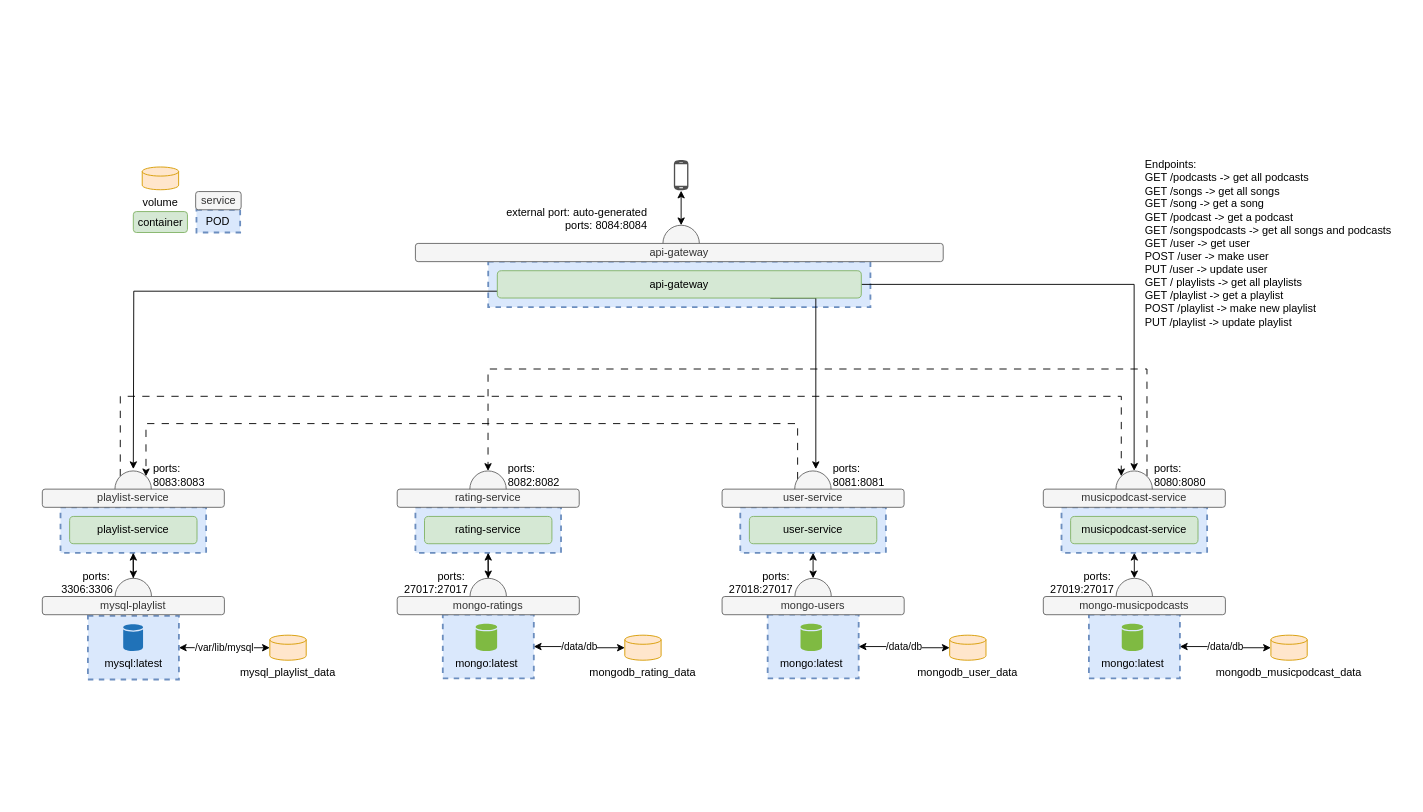
EvaBurghoorn/ProjectEDE_muziekservice keeps this draw.io diagram as muziekservice.drawio. Above is the earlier version. Source tidied: cells renumbered, new cells numbered last; positions are measured from the earlier drawing's top-left corner, leaving out a move shared by most shapes. Both pictures are drawn from the tidied source at 91%, with x=0, y=0 at pixel (15, 138).
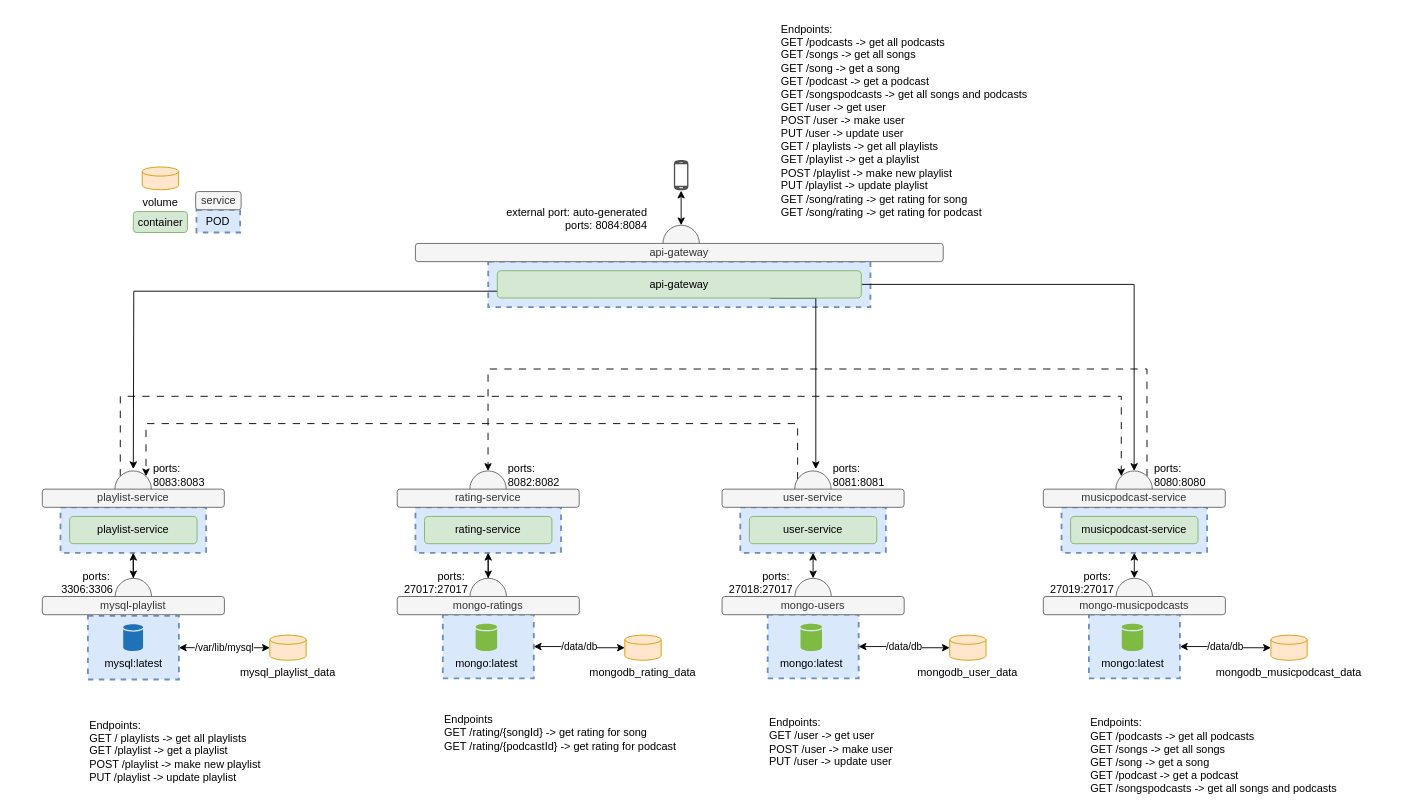
After the change.

Diff of the diagram source:
```diff
@@
-    <mxCell id="73" value="Endpoints:&lt;br&gt;GET /podcasts -&amp;gt; get all podcasts&lt;br&gt;GET /songs -&amp;gt; get all songs&lt;br&gt;GET /song -&amp;gt; get a song&lt;br&gt;GET /podcast -&amp;gt; get a podcast&lt;br&gt;GET /songspodcasts -&amp;gt; get all songs and podcasts&lt;br&gt;GET /user -&amp;gt; get user&lt;br&gt;POST /user -&amp;gt; make user&lt;br&gt;PUT /user -&amp;gt; update user&lt;br&gt;GET / playlists -&amp;gt; get all playlists&lt;br&gt;GET /playlist -&amp;gt; get a playlist&lt;br&gt;POST /playlist -&amp;gt; make new playlist&lt;br&gt;PUT /playlist -&amp;gt; update playlist&lt;br&gt;" style="text;html=1;strokeColor=none;fillColor=none;align=left;verticalAlign=middle;whiteSpace=wrap;rounded=0;" parent="1" vertex="1">
-      <mxGeometry x="1238.9" width="290" height="230" as="geometry" />
+    <mxCell id="73" value="Endpoints:&lt;br&gt;GET /podcasts -&amp;gt; get all podcasts&lt;br&gt;GET /songs -&amp;gt; get all songs&lt;br&gt;GET /song -&amp;gt; get a song&lt;br&gt;GET /podcast -&amp;gt; get a podcast&lt;br&gt;GET /songspodcasts -&amp;gt; get all songs and podcasts&lt;br&gt;GET /user -&amp;gt; get user&lt;br&gt;POST /user -&amp;gt; make user&lt;br&gt;PUT /user -&amp;gt; update user&lt;br&gt;GET / playlists -&amp;gt; get all playlists&lt;br&gt;GET /playlist -&amp;gt; get a playlist&lt;br&gt;POST /playlist -&amp;gt; make new playlist&lt;br&gt;PUT /playlist -&amp;gt; update playlist&lt;br&gt;GET /song/rating -&amp;gt; get rating for song&lt;br&gt;GET /song/rating -&amp;gt; get rating for podcast" style="text;html=1;strokeColor=none;fillColor=none;align=left;verticalAlign=middle;whiteSpace=wrap;rounded=0;" parent="1" vertex="1">
+      <mxGeometry x="839" y="-135" width="290" height="230" as="geometry" />
     </mxCell>
+    <mxCell id="74" value="Endpoints:&lt;br&gt;GET /podcasts -&amp;gt; get all podcasts&lt;br&gt;GET /songs -&amp;gt; get all songs&lt;br&gt;GET /song -&amp;gt; get a song&lt;br&gt;GET /podcast -&amp;gt; get a podcast&lt;br&gt;GET /songspodcasts -&amp;gt; get all songs and podcasts&lt;br&gt;" style="text;html=1;strokeColor=none;fillColor=none;align=left;verticalAlign=middle;whiteSpace=wrap;rounded=0;" parent="1" vertex="1">
+      <mxGeometry x="1179.1" y="633" width="290" height="90" as="geometry" />
+    </mxCell>
+    <mxCell id="75" value="Endpoints:&lt;br&gt;GET /user -&amp;gt; get user&lt;br&gt;POST /user -&amp;gt; make user&lt;br&gt;PUT /user -&amp;gt; update user" style="text;html=1;strokeColor=none;fillColor=none;align=left;verticalAlign=middle;whiteSpace=wrap;rounded=0;" parent="1" vertex="1">
+      <mxGeometry x="826.1" y="633" width="290" height="60" as="geometry" />
+    </mxCell>
+    <mxCell id="76" value="Endpoints&lt;br&gt;GET /rating/{songId} -&amp;gt; get rating for song&lt;br&gt;GET /rating/{podcastId} -&amp;gt; get rating for podcast" style="text;html=1;strokeColor=none;fillColor=none;align=left;verticalAlign=middle;whiteSpace=wrap;rounded=0;" parent="1" vertex="1">
+      <mxGeometry x="469.1" y="633" width="290" height="40" as="geometry" />
+    </mxCell>
+    <mxCell id="77" value="Endpoints:&lt;br&gt;GET / playlists -&amp;gt; get all playlists&lt;br&gt;GET /playlist -&amp;gt; get a playlist&lt;br&gt;POST /playlist -&amp;gt; make new playlist&lt;br&gt;PUT /playlist -&amp;gt; update playlist" style="text;html=1;strokeColor=none;fillColor=none;align=left;verticalAlign=middle;whiteSpace=wrap;rounded=0;" parent="1" vertex="1">
+      <mxGeometry x="79.1" y="633" width="290" height="80" as="geometry" />
+    </mxCell>
```
